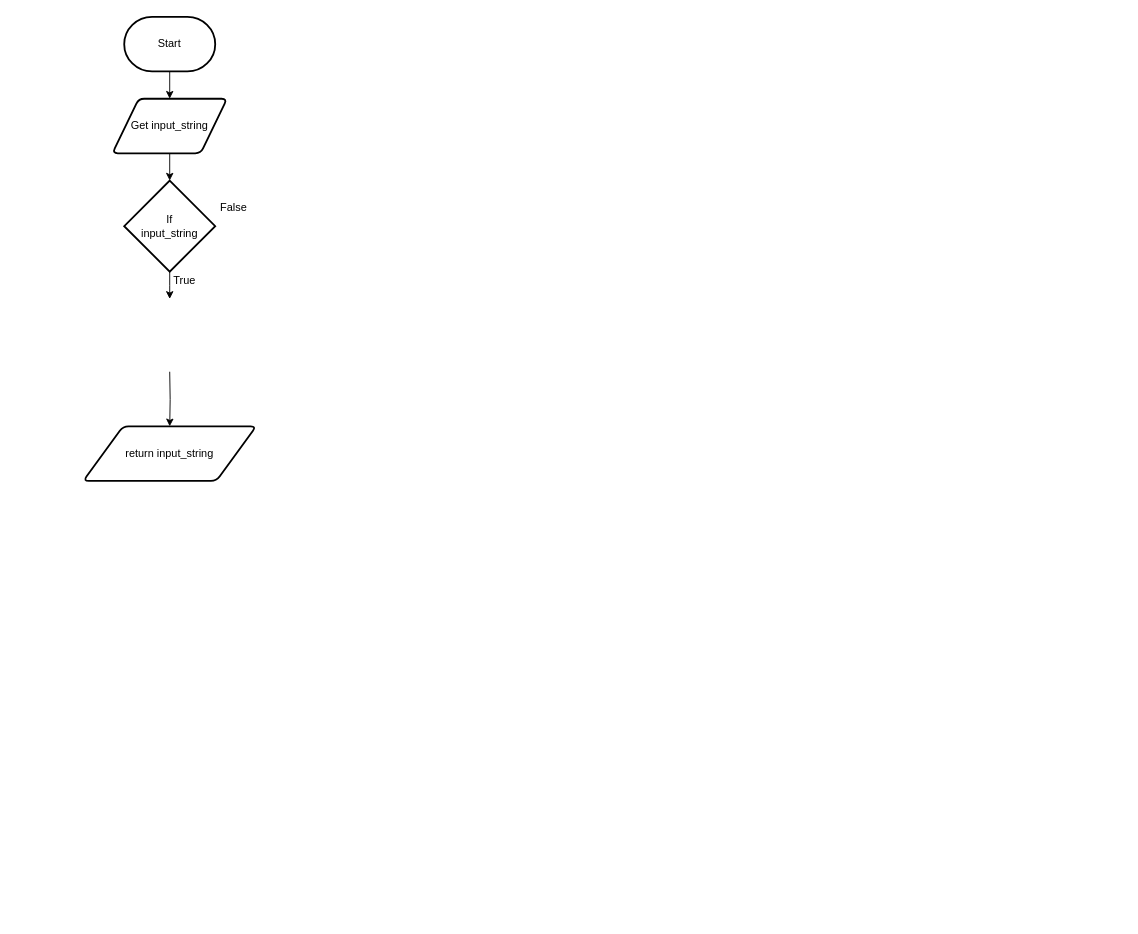
Above: Unit3-03/Design/flowchart.drawio in Samuel-Webster-178/ICS4U-Unit3-Samuel-Webster (draw.io), before the change. Source tidied: cells renumbered, new cells numbered last; positions are measured from the earlier drawing's top-left corner, leaving out a move shared by most shapes. Both pictures are drawn from the tidied source at 91%, with x=0, y=0 at pixel (83, 16).
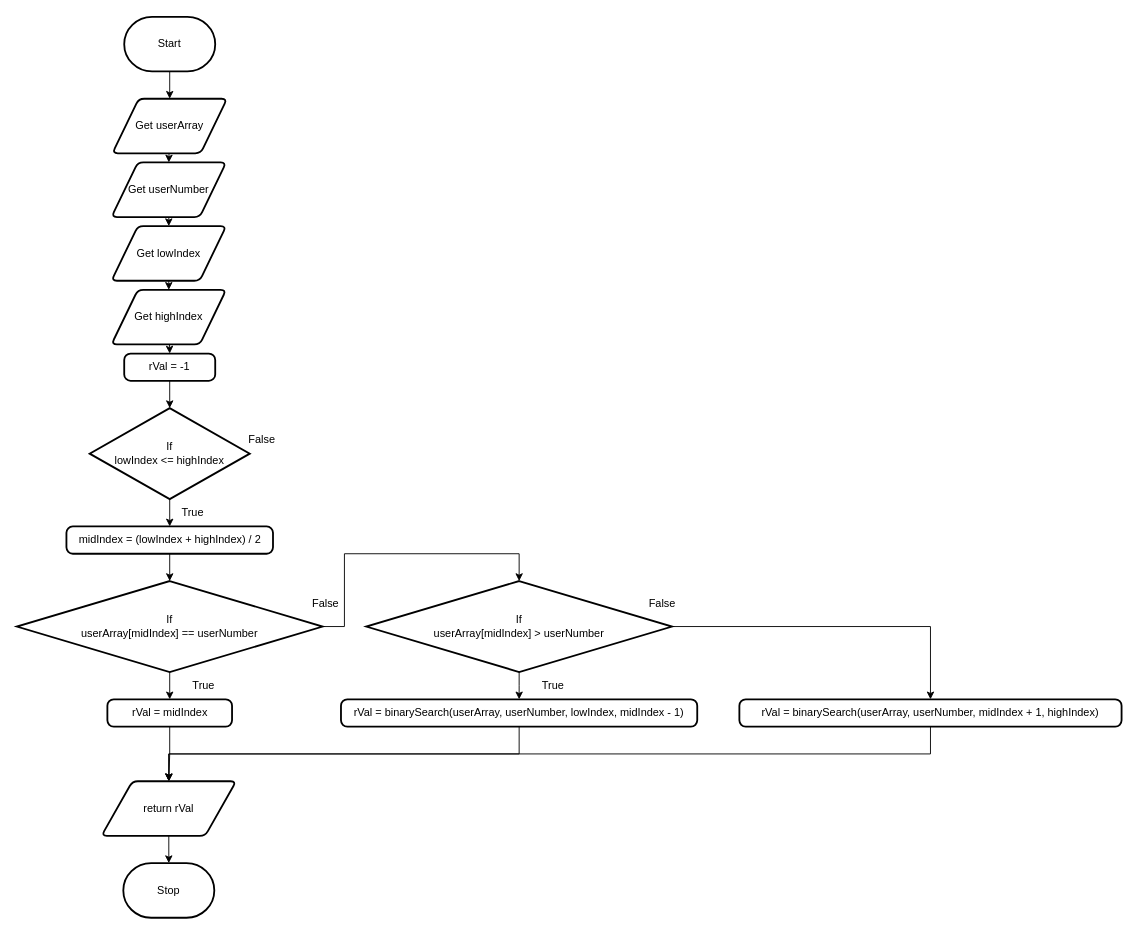
The same page after the edit.

The edit, as a diff of the source:
```diff
@@
-    <mxCell id="4" style="edgeStyle=none;html=1;" parent="1" edge="1" source="5" target="7">
-      <mxGeometry relative="1" as="geometry" />
-    </mxCell>
+    <mxCell id="12" style="edgeStyle=none;html=1;entryX=0.5;entryY=0;entryDx=0;entryDy=0;" parent="1" edge="1" source="5" target="17">
+      <mxGeometry relative="1" as="geometry" />
+    </mxCell>
-    <mxCell id="5" value="Get input_string" style="shape=parallelogram;html=1;strokeWidth=2;perimeter=parallelogramPerimeter;whiteSpace=wrap;rounded=1;arcSize=12;size=0.23;" parent="1" vertex="1">
+    <mxCell id="5" value="Get userArray" style="shape=parallelogram;html=1;strokeWidth=2;perimeter=parallelogramPerimeter;whiteSpace=wrap;rounded=1;arcSize=12;size=0.23;" parent="1" vertex="1">
       <mxGeometry x="32" y="90" width="126" height="60" as="geometry" />
     </mxCell>
-    <mxCell id="6" style="edgeStyle=orthogonalEdgeStyle;html=1;entryX=0.5;entryY=0;entryDx=0;entryDy=0;rounded=0;" parent="1" edge="1" source="7">
-      <mxGeometry relative="1" as="geometry">
-        <mxPoint x="95" y="310" as="targetPoint" />
-      </mxGeometry>
-    </mxCell>
+    <mxCell id="13" style="edgeStyle=orthogonalEdgeStyle;shape=connector;rounded=0;html=1;labelBackgroundColor=default;strokeColor=default;fontFamily=Helvetica;fontSize=11;fontColor=default;endArrow=classic;" parent="1" edge="1" source="7" target="36">
+      <mxGeometry relative="1" as="geometry" />
+    </mxCell>
+    <mxCell id="14" style="edgeStyle=orthogonalEdgeStyle;shape=connector;rounded=0;html=1;entryX=0.5;entryY=0;entryDx=0;entryDy=0;entryPerimeter=0;labelBackgroundColor=default;strokeColor=default;fontFamily=Helvetica;fontSize=11;fontColor=default;endArrow=classic;" parent="1" edge="1" source="7" target="32">
+      <mxGeometry relative="1" as="geometry">
+        <Array as="points">
+          <mxPoint x="287" y="670" />
+          <mxPoint x="287" y="590" />
+          <mxPoint x="479" y="590" />
+        </Array>
+      </mxGeometry>
+    </mxCell>
-    <mxCell id="7" value="If&lt;br&gt;input_string" style="strokeWidth=2;html=1;shape=mxgraph.flowchart.decision;whiteSpace=wrap;" parent="1" vertex="1">
-      <mxGeometry x="45" y="180" width="100" height="100" as="geometry" />
+    <mxCell id="7" value="If&lt;br&gt;userArray[midIndex] == userNumber" style="strokeWidth=2;html=1;shape=mxgraph.flowchart.decision;whiteSpace=wrap;" parent="1" vertex="1">
+      <mxGeometry x="-73" y="620" width="336" height="100" as="geometry" />
     </mxCell>
-    <mxCell id="8" style="edgeStyle=orthogonalEdgeStyle;rounded=0;html=1;entryX=0.5;entryY=0;entryDx=0;entryDy=0;" parent="1" edge="1" target="9">
-      <mxGeometry relative="1" as="geometry">
-        <mxPoint x="95" y="390" as="sourcePoint" />
-      </mxGeometry>
-    </mxCell>
+    <mxCell id="15" style="edgeStyle=orthogonalEdgeStyle;shape=connector;rounded=0;html=1;labelBackgroundColor=default;strokeColor=default;fontFamily=Helvetica;fontSize=11;fontColor=default;endArrow=classic;" parent="1" edge="1" source="9" target="41">
+      <mxGeometry relative="1" as="geometry" />
+    </mxCell>
-    <mxCell id="9" value="return input_string" style="shape=parallelogram;html=1;strokeWidth=2;perimeter=parallelogramPerimeter;whiteSpace=wrap;rounded=1;arcSize=12;size=0.23;" parent="1" vertex="1">
-      <mxGeometry y="450" width="190" height="60" as="geometry" />
+    <mxCell id="9" value="return rVal" style="shape=parallelogram;html=1;strokeWidth=2;perimeter=parallelogramPerimeter;whiteSpace=wrap;rounded=1;arcSize=12;size=0.23;" parent="1" vertex="1">
+      <mxGeometry x="20" y="840" width="148" height="60" as="geometry" />
     </mxCell>
     <mxCell id="10" value="True" style="text;html=1;align=center;verticalAlign=middle;strokeColor=none;fillColor=none;" parent="1" vertex="1">
-      <mxGeometry x="86" y="275" width="50" height="30" as="geometry" />
+      <mxGeometry x="107" y="720" width="50" height="30" as="geometry" />
     </mxCell>
     <mxCell id="11" value="False" style="text;html=1;align=center;verticalAlign=middle;strokeColor=none;fillColor=none;" parent="1" vertex="1">
-      <mxGeometry x="140" y="195" width="50" height="30" as="geometry" />
+      <mxGeometry x="241" y="630" width="50" height="30" as="geometry" />
     </mxCell>
+    <mxCell id="16" style="edgeStyle=none;html=1;entryX=0.5;entryY=0;entryDx=0;entryDy=0;" parent="1" edge="1" source="17" target="19">
+      <mxGeometry relative="1" as="geometry" />
+    </mxCell>
+    <mxCell id="17" value="Get userNumber" style="shape=parallelogram;html=1;strokeWidth=2;perimeter=parallelogramPerimeter;whiteSpace=wrap;rounded=1;arcSize=12;size=0.23;" parent="1" vertex="1">
+      <mxGeometry x="31" y="160" width="126" height="60" as="geometry" />
+    </mxCell>
+    <mxCell id="18" style="edgeStyle=none;html=1;entryX=0.5;entryY=0;entryDx=0;entryDy=0;" parent="1" edge="1" source="19" target="21">
+      <mxGeometry relative="1" as="geometry" />
+    </mxCell>
+    <mxCell id="19" value="Get lowIndex" style="shape=parallelogram;html=1;strokeWidth=2;perimeter=parallelogramPerimeter;whiteSpace=wrap;rounded=1;arcSize=12;size=0.23;" parent="1" vertex="1">
+      <mxGeometry x="31" y="230" width="126" height="60" as="geometry" />
+    </mxCell>
+    <mxCell id="20" style="edgeStyle=none;html=1;entryX=0.5;entryY=0;entryDx=0;entryDy=0;" parent="1" edge="1" source="21" target="27">
+      <mxGeometry relative="1" as="geometry" />
+    </mxCell>
+    <mxCell id="21" value="Get highIndex" style="shape=parallelogram;html=1;strokeWidth=2;perimeter=parallelogramPerimeter;whiteSpace=wrap;rounded=1;arcSize=12;size=0.23;" parent="1" vertex="1">
+      <mxGeometry x="31" y="300" width="126" height="60" as="geometry" />
+    </mxCell>
+    <mxCell id="22" style="edgeStyle=orthogonalEdgeStyle;shape=connector;rounded=0;html=1;entryX=0.5;entryY=0;entryDx=0;entryDy=0;labelBackgroundColor=default;strokeColor=default;fontFamily=Helvetica;fontSize=11;fontColor=default;endArrow=classic;" parent="1" edge="1" source="23" target="29">
+      <mxGeometry relative="1" as="geometry" />
+    </mxCell>
+    <mxCell id="23" value="If&lt;br&gt;lowIndex &amp;lt;= highIndex" style="strokeWidth=2;html=1;shape=mxgraph.flowchart.decision;whiteSpace=wrap;" parent="1" vertex="1">
+      <mxGeometry x="7" y="430" width="176" height="100" as="geometry" />
+    </mxCell>
+    <mxCell id="24" value="True" style="text;html=1;align=center;verticalAlign=middle;strokeColor=none;fillColor=none;" parent="1" vertex="1">
+      <mxGeometry x="95" y="530" width="50" height="30" as="geometry" />
+    </mxCell>
+    <mxCell id="25" value="False" style="text;html=1;align=center;verticalAlign=middle;strokeColor=none;fillColor=none;" parent="1" vertex="1">
+      <mxGeometry x="171" y="450" width="50" height="30" as="geometry" />
+    </mxCell>
+    <mxCell id="26" style="edgeStyle=orthogonalEdgeStyle;html=1;rounded=0;" parent="1" edge="1" source="27" target="23">
+      <mxGeometry relative="1" as="geometry" />
+    </mxCell>
+    <mxCell id="27" value="rVal = -1" style="rounded=1;whiteSpace=wrap;html=1;absoluteArcSize=1;arcSize=14;strokeWidth=2;" parent="1" vertex="1">
+      <mxGeometry x="45" y="370" width="100" height="30" as="geometry" />
+    </mxCell>
+    <mxCell id="28" style="edgeStyle=orthogonalEdgeStyle;shape=connector;rounded=0;html=1;labelBackgroundColor=default;strokeColor=default;fontFamily=Helvetica;fontSize=11;fontColor=default;endArrow=classic;" parent="1" edge="1" source="29" target="7">
+      <mxGeometry relative="1" as="geometry" />
+    </mxCell>
+    <mxCell id="29" value="midIndex = (lowIndex + highIndex) / 2" style="rounded=1;whiteSpace=wrap;html=1;absoluteArcSize=1;arcSize=14;strokeWidth=2;" parent="1" vertex="1">
+      <mxGeometry x="-18.5" y="560" width="227" height="30" as="geometry" />
+    </mxCell>
+    <mxCell id="30" style="edgeStyle=orthogonalEdgeStyle;shape=connector;rounded=0;html=1;entryX=0.5;entryY=0;entryDx=0;entryDy=0;labelBackgroundColor=default;strokeColor=default;fontFamily=Helvetica;fontSize=11;fontColor=default;endArrow=classic;" parent="1" edge="1" source="32" target="40">
+      <mxGeometry relative="1" as="geometry" />
+    </mxCell>
+    <mxCell id="31" style="edgeStyle=orthogonalEdgeStyle;shape=connector;rounded=0;html=1;labelBackgroundColor=default;strokeColor=default;fontFamily=Helvetica;fontSize=11;fontColor=default;endArrow=classic;" parent="1" edge="1" source="32" target="38">
+      <mxGeometry relative="1" as="geometry" />
+    </mxCell>
+    <mxCell id="32" value="If&lt;br&gt;userArray[midIndex] &amp;gt; userNumber" style="strokeWidth=2;html=1;shape=mxgraph.flowchart.decision;whiteSpace=wrap;" parent="1" vertex="1">
+      <mxGeometry x="311" y="620" width="336" height="100" as="geometry" />
+    </mxCell>
+    <mxCell id="33" value="True" style="text;html=1;align=center;verticalAlign=middle;strokeColor=none;fillColor=none;" parent="1" vertex="1">
+      <mxGeometry x="491" y="720" width="50" height="30" as="geometry" />
+    </mxCell>
+    <mxCell id="34" value="False" style="text;html=1;align=center;verticalAlign=middle;strokeColor=none;fillColor=none;" parent="1" vertex="1">
+      <mxGeometry x="611" y="630" width="50" height="30" as="geometry" />
+    </mxCell>
+    <mxCell id="35" style="edgeStyle=orthogonalEdgeStyle;shape=connector;rounded=0;html=1;entryX=0.5;entryY=0;entryDx=0;entryDy=0;labelBackgroundColor=default;strokeColor=default;fontFamily=Helvetica;fontSize=11;fontColor=default;endArrow=classic;" parent="1" edge="1" source="36" target="9">
+      <mxGeometry relative="1" as="geometry" />
+    </mxCell>
+    <mxCell id="36" value="rVal = midIndex" style="rounded=1;whiteSpace=wrap;html=1;absoluteArcSize=1;arcSize=14;strokeWidth=2;" parent="1" vertex="1">
+      <mxGeometry x="26.5" y="750" width="137" height="30" as="geometry" />
+    </mxCell>
+    <mxCell id="37" style="edgeStyle=orthogonalEdgeStyle;shape=connector;rounded=0;html=1;entryX=0.5;entryY=0;entryDx=0;entryDy=0;labelBackgroundColor=default;strokeColor=default;fontFamily=Helvetica;fontSize=11;fontColor=default;endArrow=classic;" parent="1" edge="1" source="38" target="9">
+      <mxGeometry relative="1" as="geometry">
+        <Array as="points">
+          <mxPoint x="479" y="810" />
+          <mxPoint x="95" y="810" />
+        </Array>
+      </mxGeometry>
+    </mxCell>
+    <mxCell id="38" value="rVal = binarySearch(userArray, userNumber, lowIndex, midIndex - 1)" style="rounded=1;whiteSpace=wrap;html=1;absoluteArcSize=1;arcSize=14;strokeWidth=2;" parent="1" vertex="1">
+      <mxGeometry x="283.2" y="750" width="391.5" height="30" as="geometry" />
+    </mxCell>
+    <mxCell id="39" style="edgeStyle=orthogonalEdgeStyle;shape=connector;rounded=0;html=1;labelBackgroundColor=default;strokeColor=default;fontFamily=Helvetica;fontSize=11;fontColor=default;endArrow=classic;entryX=0.5;entryY=0;entryDx=0;entryDy=0;" parent="1" edge="1" source="40" target="9">
+      <mxGeometry relative="1" as="geometry">
+        <Array as="points">
+          <mxPoint x="931" y="810" />
+          <mxPoint x="94" y="810" />
+        </Array>
+      </mxGeometry>
+    </mxCell>
+    <mxCell id="40" value="rVal = binarySearch(userArray, userNumber, midIndex + 1, highIndex)" style="rounded=1;whiteSpace=wrap;html=1;absoluteArcSize=1;arcSize=14;strokeWidth=2;" parent="1" vertex="1">
+      <mxGeometry x="721" y="750" width="420" height="30" as="geometry" />
+    </mxCell>
+    <mxCell id="41" value="Stop" style="strokeWidth=2;html=1;shape=mxgraph.flowchart.terminator;whiteSpace=wrap;" parent="1" vertex="1">
+      <mxGeometry x="44" y="930" width="100" height="60" as="geometry" />
+    </mxCell>
```
